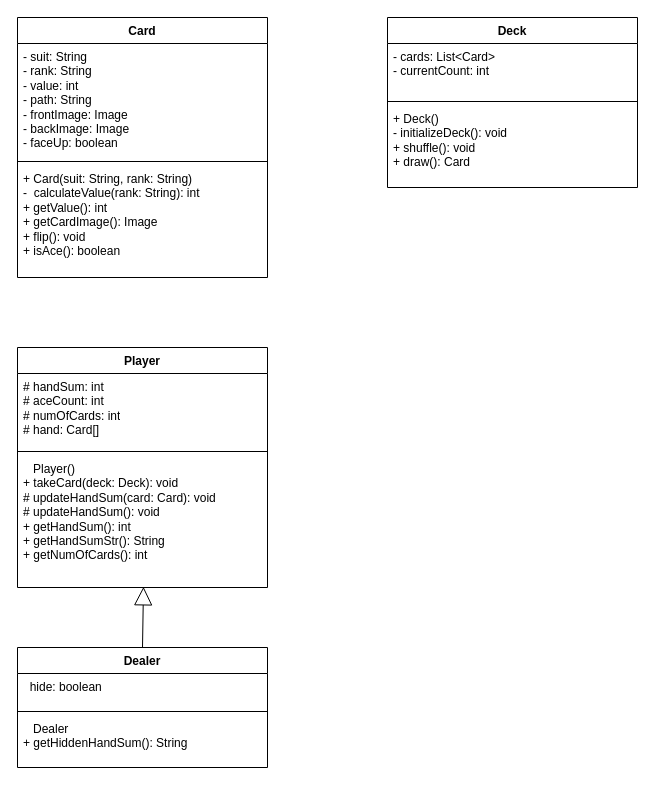
This is BlackjackUML.drawio from AimanIskndr/BlackjackOOP, a draw.io file, before an edit. Source tidied: cells renumbered, new cells numbered last; positions are measured from the earlier drawing's top-left corner, leaving out a move shared by most shapes. Both pictures are drawn from the tidied source at 100%, with x=0, y=0 at pixel (17, 17).
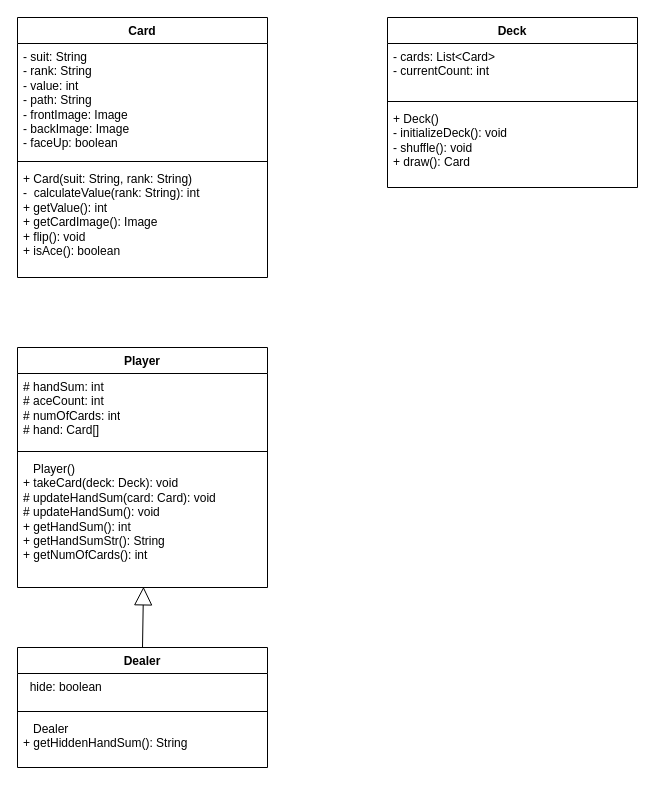
Above is the later version.

Diff of the diagram source:
```diff
@@
 <mxGraphModel>
   <root>
     <mxCell id="0" />
     <mxCell id="1" parent="0" />
     <mxCell id="2" value="Card" style="swimlane;fontStyle=1;align=center;verticalAlign=top;horizontal=1;startSize=26;whiteSpace=wrap;html=1;" parent="1" vertex="1">
       <mxGeometry width="250" height="260" as="geometry" />
     </mxCell>
     <mxCell id="3" value="- suit: String&lt;br&gt;- rank: String&lt;br&gt;- value: int&lt;br&gt;- path: String&lt;br&gt;- frontImage: Image&lt;br&gt;- backImage: Image&lt;br&gt;- faceUp: boolean" style="text;strokeColor=none;fillColor=none;align=left;verticalAlign=top;spacingLeft=4;spacingRight=4;overflow=hidden;whiteSpace=wrap;html=1;" parent="2" vertex="1">
       <mxGeometry y="26" width="250" height="114" as="geometry" />
     </mxCell>
     <mxCell id="4" style="line;strokeWidth=1;fillColor=none;align=left;verticalAlign=middle;spacingTop=-1;spacingLeft=3;spacingRight=3;labelPosition=right;strokeColor=inherit;" parent="2" vertex="1">
       <mxGeometry y="140" width="250" height="8" as="geometry" />
     </mxCell>
     <mxCell id="5" value="+ Card(suit: String, rank: String)&lt;br&gt;-&amp;nbsp; calculateValue(rank: String): int&lt;br&gt;+ getValue(): int&lt;br&gt;+ getCardImage(): Image&lt;br&gt;+ flip(): void&lt;br&gt;+ isAce(): boolean&lt;br&gt;" style="text;strokeColor=none;fillColor=none;align=left;verticalAlign=top;spacingLeft=4;spacingRight=4;overflow=hidden;whiteSpace=wrap;html=1;" parent="2" vertex="1">
       <mxGeometry y="148" width="250" height="112" as="geometry" />
     </mxCell>
     <mxCell id="6" value="Deck" style="swimlane;fontStyle=1;align=center;verticalAlign=top;horizontal=1;startSize=26;whiteSpace=wrap;html=1;" parent="1" vertex="1">
       <mxGeometry x="370" width="250" height="170" as="geometry" />
     </mxCell>
     <mxCell id="7" value="&lt;div&gt;&lt;span style=&quot;background-color: initial;&quot;&gt;- cards: List&amp;lt;Card&amp;gt;&lt;/span&gt;&lt;br&gt;&lt;/div&gt;&lt;div&gt;- currentCount: int&lt;/div&gt;" style="text;strokeColor=none;fillColor=none;align=left;verticalAlign=top;spacingLeft=4;spacingRight=4;overflow=hidden;whiteSpace=wrap;html=1;" parent="6" vertex="1">
       <mxGeometry y="26" width="250" height="54" as="geometry" />
     </mxCell>
     <mxCell id="8" style="line;strokeWidth=1;fillColor=none;align=left;verticalAlign=middle;spacingTop=-1;spacingLeft=3;spacingRight=3;labelPosition=right;strokeColor=inherit;" parent="6" vertex="1">
       <mxGeometry y="80" width="250" height="8" as="geometry" />
     </mxCell>
-    <mxCell id="9" value="&lt;div&gt;&lt;span style=&quot;background-color: initial;&quot;&gt;+ Deck()&lt;/span&gt;&lt;br&gt;&lt;/div&gt;&lt;div&gt;- initializeDeck(): void&lt;/div&gt;&lt;div&gt;+ shuffle(): void&lt;/div&gt;&lt;div&gt;+ draw(): Card&lt;/div&gt;&lt;div&gt;&lt;br&gt;&lt;/div&gt;" style="text;strokeColor=none;fillColor=none;align=left;verticalAlign=top;spacingLeft=4;spacingRight=4;overflow=hidden;whiteSpace=wrap;html=1;" parent="6" vertex="1">
+    <mxCell id="9" value="&lt;div&gt;&lt;span style=&quot;background-color: initial;&quot;&gt;+ Deck()&lt;/span&gt;&lt;br&gt;&lt;/div&gt;&lt;div&gt;- initializeDeck(): void&lt;/div&gt;&lt;div&gt;- shuffle(): void&lt;/div&gt;&lt;div&gt;+ draw(): Card&lt;/div&gt;&lt;div&gt;&lt;br&gt;&lt;/div&gt;" style="text;strokeColor=none;fillColor=none;align=left;verticalAlign=top;spacingLeft=4;spacingRight=4;overflow=hidden;whiteSpace=wrap;html=1;" parent="6" vertex="1">
       <mxGeometry y="88" width="250" height="82" as="geometry" />
     </mxCell>
     <mxCell id="10" value="Player" style="swimlane;fontStyle=1;align=center;verticalAlign=top;horizontal=1;startSize=26;whiteSpace=wrap;html=1;" parent="1" vertex="1">
       <mxGeometry y="330" width="250" height="240" as="geometry" />
     </mxCell>
     <mxCell id="11" value="&lt;div&gt;&lt;span style=&quot;background-color: initial;&quot;&gt;# handSum: int&lt;/span&gt;&lt;br&gt;&lt;/div&gt;&lt;div&gt;# aceCount: int&lt;/div&gt;&lt;div&gt;# numOfCards: int&lt;/div&gt;&lt;div&gt;# hand: Card[]&lt;/div&gt;&lt;div&gt;&lt;br&gt;&lt;/div&gt;" style="text;strokeColor=none;fillColor=none;align=left;verticalAlign=top;spacingLeft=4;spacingRight=4;overflow=hidden;whiteSpace=wrap;html=1;" parent="10" vertex="1">
       <mxGeometry y="26" width="250" height="74" as="geometry" />
     </mxCell>
     <mxCell id="12" style="line;strokeWidth=1;fillColor=none;align=left;verticalAlign=middle;spacingTop=-1;spacingLeft=3;spacingRight=3;labelPosition=right;strokeColor=inherit;" parent="10" vertex="1">
       <mxGeometry y="100" width="250" height="8" as="geometry" />
     </mxCell>
     <mxCell id="13" value="&lt;div&gt;&lt;span style=&quot;background-color: initial;&quot;&gt;&amp;nbsp; &amp;nbsp;Player()&lt;/span&gt;&lt;br&gt;&lt;/div&gt;&lt;div&gt;+ takeCard(deck: Deck): void&lt;/div&gt;&lt;div&gt;# updateHandSum(card: Card): void&lt;/div&gt;&lt;div&gt;# updateHandSum(): void&lt;/div&gt;&lt;div&gt;+ getHandSum(): int&lt;/div&gt;&lt;div&gt;+ getHandSumStr(): String&lt;/div&gt;&lt;div&gt;+ getNumOfCards(): int&lt;/div&gt;&lt;div&gt;&lt;br&gt;&lt;/div&gt;" style="text;strokeColor=none;fillColor=none;align=left;verticalAlign=top;spacingLeft=4;spacingRight=4;overflow=hidden;points=[[0,0.5],[1,0.5]];portConstraint=eastwest;whiteSpace=wrap;html=1;" parent="10" vertex="1">
       <mxGeometry y="108" width="250" height="132" as="geometry" />
     </mxCell>
     <mxCell id="14" value="Dealer" style="swimlane;fontStyle=1;align=center;verticalAlign=top;horizontal=1;startSize=26;whiteSpace=wrap;html=1;" parent="1" vertex="1">
       <mxGeometry y="630" width="250" height="120" as="geometry" />
     </mxCell>
     <mxCell id="15" value="&lt;div&gt;&amp;nbsp; hide: boolean&lt;/div&gt;&lt;div&gt;&lt;br&gt;&lt;/div&gt;" style="text;strokeColor=none;fillColor=none;align=left;verticalAlign=top;spacingLeft=4;spacingRight=4;overflow=hidden;whiteSpace=wrap;html=1;" parent="14" vertex="1">
       <mxGeometry y="26" width="250" height="34" as="geometry" />
     </mxCell>
     <mxCell id="16" style="line;strokeWidth=1;fillColor=none;align=left;verticalAlign=middle;spacingTop=-1;spacingLeft=3;spacingRight=3;labelPosition=right;strokeColor=inherit;" parent="14" vertex="1">
       <mxGeometry y="60" width="250" height="8" as="geometry" />
     </mxCell>
     <mxCell id="17" value="&lt;div&gt;&amp;nbsp; &amp;nbsp;Dealer&lt;/div&gt;&lt;div&gt;+ getHiddenHandSum(): String&lt;/div&gt;" style="text;strokeColor=none;fillColor=none;align=left;verticalAlign=top;spacingLeft=4;spacingRight=4;overflow=hidden;whiteSpace=wrap;html=1;" parent="14" vertex="1">
       <mxGeometry y="68" width="250" height="52" as="geometry" />
     </mxCell>
     <mxCell id="18" style="endArrow=block;endSize=16;endFill=0;html=1;rounded=0;entryX=0.504;entryY=0.995;entryDx=0;entryDy=0;entryPerimeter=0;exitX=0.5;exitY=0;exitDx=0;exitDy=0;exitPerimeter=0;" parent="1" edge="1" source="14" target="13">
       <mxGeometry relative="1" as="geometry" />
     </mxCell>
   </root>
 </mxGraphModel>
```
